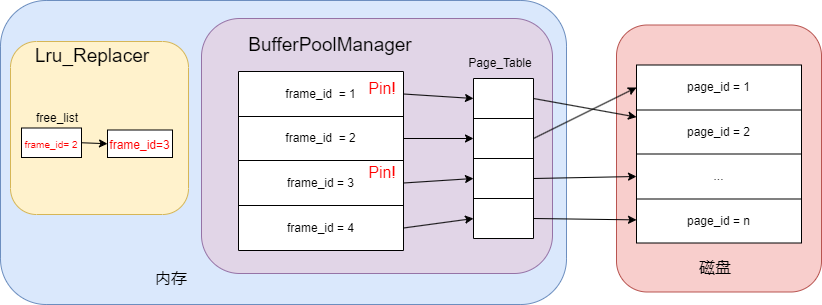
Before: CMU15445/buffer_pool_manager.png, a diagram exported from draw.io (SixPlusAndTimes/drawio). Source tidied: cells renumbered, new cells last; positions are measured from the earlier drawing's top-left corner, leaving out a move shared by most shapes. Source of this version:
```xml
<mxGraphModel>
  <root>
    <mxCell id="0" />
    <mxCell id="1" parent="0" />
    <mxCell id="2" style="rounded=1;whiteSpace=wrap;html=1;fillColor=#dae8fc;strokeColor=#6c8ebf;" parent="1" vertex="1">
      <mxGeometry width="566" height="304" as="geometry" />
    </mxCell>
    <mxCell id="3" style="rounded=1;whiteSpace=wrap;html=1;fontSize=16;fillColor=#fff2cc;strokeColor=#d6b656;" parent="1" vertex="1">
      <mxGeometry x="10" y="41" width="178" height="173" as="geometry" />
    </mxCell>
    <mxCell id="4" style="rounded=1;whiteSpace=wrap;html=1;fontSize=16;fillColor=#e1d5e7;strokeColor=#9673a6;" parent="1" vertex="1">
      <mxGeometry x="201" y="18" width="351" height="255" as="geometry" />
    </mxCell>
    <mxCell id="5" style="rounded=1;whiteSpace=wrap;html=1;fontSize=16;fillColor=#f8cecc;strokeColor=#b85450;" parent="1" vertex="1">
      <mxGeometry x="616" y="24.5" width="205" height="267" as="geometry" />
    </mxCell>
    <mxCell id="6" value="&lt;font style=&quot;font-size: 19px;&quot;&gt;BufferPoolManager&lt;/font&gt;" style="text;html=1;strokeColor=none;fillColor=none;align=center;verticalAlign=middle;whiteSpace=wrap;rounded=0;" parent="1" vertex="1">
      <mxGeometry x="300" y="30" width="60" height="30" as="geometry" />
    </mxCell>
    <mxCell id="7" value="&lt;font style=&quot;font-size: 16px;&quot;&gt;内存&lt;/font&gt;" style="text;html=1;strokeColor=none;fillColor=none;align=center;verticalAlign=middle;whiteSpace=wrap;rounded=0;" parent="1" vertex="1">
      <mxGeometry x="141" y="263" width="60" height="30" as="geometry" />
    </mxCell>
    <mxCell id="8" style="shape=table;startSize=0;" parent="1" vertex="1">
      <mxGeometry x="636" y="64.5" width="165" height="178" as="geometry" />
    </mxCell>
    <mxCell id="9" style="shape=tableRow;horizontal=0;startSize=0;swimlaneHead=0;swimlaneBody=0;top=0;left=0;bottom=0;right=0;fillColor=none;points=[[0,0.5],[1,0.5]];portConstraint=eastwest;" parent="8" vertex="1">
      <mxGeometry width="165" height="45" as="geometry" />
    </mxCell>
    <mxCell id="10" value="page_id = 1" style="shape=partialRectangle;html=1;whiteSpace=wrap;overflow=hidden;fillColor=none;top=0;left=0;bottom=0;right=0;" parent="9" vertex="1">
      <mxGeometry width="165" height="45" as="geometry" />
    </mxCell>
    <mxCell id="11" style="shape=tableRow;horizontal=0;startSize=0;swimlaneHead=0;swimlaneBody=0;top=0;left=0;bottom=0;right=0;fillColor=none;points=[[0,0.5],[1,0.5]];portConstraint=eastwest;" parent="8" vertex="1">
      <mxGeometry y="45" width="165" height="44" as="geometry" />
    </mxCell>
    <mxCell id="12" value="page_id = 2" style="shape=partialRectangle;html=1;whiteSpace=wrap;overflow=hidden;fillColor=none;top=0;left=0;bottom=0;right=0;" parent="11" vertex="1">
      <mxGeometry width="165" height="44" as="geometry" />
    </mxCell>
    <mxCell id="13" style="shape=tableRow;horizontal=0;startSize=0;swimlaneHead=0;swimlaneBody=0;top=0;left=0;bottom=0;right=0;fillColor=none;points=[[0,0.5],[1,0.5]];portConstraint=eastwest;" parent="8" vertex="1">
      <mxGeometry y="89" width="165" height="45" as="geometry" />
    </mxCell>
    <mxCell id="14" value="..." style="shape=partialRectangle;html=1;whiteSpace=wrap;overflow=hidden;fillColor=none;top=0;left=0;bottom=0;right=0;" parent="13" vertex="1">
      <mxGeometry width="165" height="45" as="geometry" />
    </mxCell>
    <mxCell id="15" style="shape=tableRow;horizontal=0;startSize=0;swimlaneHead=0;swimlaneBody=0;top=0;left=0;bottom=0;right=0;fillColor=none;points=[[0,0.5],[1,0.5]];portConstraint=eastwest;" parent="8" vertex="1">
      <mxGeometry y="134" width="165" height="44" as="geometry" />
    </mxCell>
    <mxCell id="16" value="page_id = n" style="shape=partialRectangle;html=1;whiteSpace=wrap;overflow=hidden;fillColor=none;top=0;left=0;bottom=0;right=0;" parent="15" vertex="1">
      <mxGeometry width="165" height="44" as="geometry" />
    </mxCell>
    <mxCell id="17" value="&lt;font style=&quot;font-size: 16px;&quot;&gt;磁盘&lt;/font&gt;" style="text;html=1;strokeColor=none;fillColor=none;align=center;verticalAlign=middle;whiteSpace=wrap;rounded=0;" parent="1" vertex="1">
      <mxGeometry x="685" y="251.5" width="60" height="30" as="geometry" />
    </mxCell>
    <mxCell id="18" style="shape=table;startSize=0;" parent="1" vertex="1">
      <mxGeometry x="238" y="71" width="165" height="179" as="geometry" />
    </mxCell>
    <mxCell id="19" style="shape=tableRow;horizontal=0;startSize=0;swimlaneHead=0;swimlaneBody=0;top=0;left=0;bottom=0;right=0;fillColor=none;points=[[0,0.5],[1,0.5]];portConstraint=eastwest;" parent="18" vertex="1">
      <mxGeometry width="165" height="45" as="geometry" />
    </mxCell>
    <mxCell id="20" value="frame_id&amp;nbsp; = 1" style="shape=partialRectangle;html=1;whiteSpace=wrap;overflow=hidden;fillColor=none;top=0;left=0;bottom=0;right=0;" parent="19" vertex="1">
      <mxGeometry width="165" height="45" as="geometry" />
    </mxCell>
    <mxCell id="21" style="shape=tableRow;horizontal=0;startSize=0;swimlaneHead=0;swimlaneBody=0;top=0;left=0;bottom=0;right=0;fillColor=none;points=[[0,0.5],[1,0.5]];portConstraint=eastwest;" parent="18" vertex="1">
      <mxGeometry y="45" width="165" height="44" as="geometry" />
    </mxCell>
    <mxCell id="22" value="frame_id&amp;nbsp; = 2" style="shape=partialRectangle;html=1;whiteSpace=wrap;overflow=hidden;fillColor=none;top=0;left=0;bottom=0;right=0;" parent="21" vertex="1">
      <mxGeometry width="165" height="44" as="geometry" />
    </mxCell>
    <mxCell id="23" style="shape=tableRow;horizontal=0;startSize=0;swimlaneHead=0;swimlaneBody=0;top=0;left=0;bottom=0;right=0;fillColor=none;points=[[0,0.5],[1,0.5]];portConstraint=eastwest;" parent="18" vertex="1">
      <mxGeometry y="89" width="165" height="45" as="geometry" />
    </mxCell>
    <mxCell id="24" value="frame_id = 3" style="shape=partialRectangle;html=1;whiteSpace=wrap;overflow=hidden;fillColor=none;top=0;left=0;bottom=0;right=0;" parent="23" vertex="1">
      <mxGeometry width="165" height="45" as="geometry" />
    </mxCell>
    <mxCell id="25" style="shape=tableRow;horizontal=0;startSize=0;swimlaneHead=0;swimlaneBody=0;top=0;left=0;bottom=0;right=0;fillColor=none;points=[[0,0.5],[1,0.5]];portConstraint=eastwest;" parent="18" vertex="1">
      <mxGeometry y="134" width="165" height="45" as="geometry" />
    </mxCell>
    <mxCell id="26" value="frame_id = 4" style="shape=partialRectangle;html=1;whiteSpace=wrap;overflow=hidden;fillColor=none;top=0;left=0;bottom=0;right=0;" parent="25" vertex="1">
      <mxGeometry width="165" height="45" as="geometry" />
    </mxCell>
    <mxCell id="27" style="shape=table;startSize=0;" parent="1" vertex="1">
      <mxGeometry x="473" y="78" width="60" height="160" as="geometry" />
    </mxCell>
    <mxCell id="28" style="shape=tableRow;horizontal=0;startSize=0;swimlaneHead=0;swimlaneBody=0;top=0;left=0;bottom=0;right=0;fillColor=none;points=[[0,0.5],[1,0.5]];portConstraint=eastwest;" parent="27" vertex="1">
      <mxGeometry width="60" height="40" as="geometry" />
    </mxCell>
    <mxCell id="29" style="shape=partialRectangle;html=1;whiteSpace=wrap;overflow=hidden;fillColor=none;top=0;left=0;bottom=0;right=0;" parent="28" vertex="1">
      <mxGeometry width="60" height="40" as="geometry" />
    </mxCell>
    <mxCell id="30" style="shape=tableRow;horizontal=0;startSize=0;swimlaneHead=0;swimlaneBody=0;top=0;left=0;bottom=0;right=0;fillColor=none;points=[[0,0.5],[1,0.5]];portConstraint=eastwest;" parent="27" vertex="1">
      <mxGeometry y="40" width="60" height="40" as="geometry" />
    </mxCell>
    <mxCell id="31" style="shape=partialRectangle;html=1;whiteSpace=wrap;overflow=hidden;fillColor=none;top=0;left=0;bottom=0;right=0;" parent="30" vertex="1">
      <mxGeometry width="60" height="40" as="geometry" />
    </mxCell>
    <mxCell id="32" style="shape=tableRow;horizontal=0;startSize=0;swimlaneHead=0;swimlaneBody=0;top=0;left=0;bottom=0;right=0;fillColor=none;points=[[0,0.5],[1,0.5]];portConstraint=eastwest;" parent="27" vertex="1">
      <mxGeometry y="80" width="60" height="40" as="geometry" />
    </mxCell>
    <mxCell id="33" style="shape=partialRectangle;html=1;whiteSpace=wrap;overflow=hidden;fillColor=none;top=0;left=0;bottom=0;right=0;" parent="32" vertex="1">
      <mxGeometry width="60" height="40" as="geometry" />
    </mxCell>
    <mxCell id="34" style="shape=tableRow;horizontal=0;startSize=0;swimlaneHead=0;swimlaneBody=0;top=0;left=0;bottom=0;right=0;fillColor=none;points=[[0,0.5],[1,0.5]];portConstraint=eastwest;" parent="27" vertex="1">
      <mxGeometry y="120" width="60" height="40" as="geometry" />
    </mxCell>
    <mxCell id="35" style="shape=partialRectangle;html=1;whiteSpace=wrap;overflow=hidden;fillColor=none;top=0;left=0;bottom=0;right=0;" parent="34" vertex="1">
      <mxGeometry width="60" height="40" as="geometry" />
    </mxCell>
    <mxCell id="36" value="&lt;font style=&quot;font-size: 12px;&quot;&gt;Page_Table&lt;/font&gt;" style="text;html=1;strokeColor=none;fillColor=none;align=center;verticalAlign=middle;whiteSpace=wrap;rounded=0;fontSize=19;" parent="1" vertex="1">
      <mxGeometry x="470" y="46" width="60" height="30" as="geometry" />
    </mxCell>
    <mxCell id="37" style="rounded=0;jettySize=auto;html=1;exitX=1;exitY=0.5;exitDx=0;exitDy=0;entryX=0;entryY=0.5;entryDx=0;entryDy=0;fontSize=16;" parent="1" edge="1" source="19" target="28">
      <mxGeometry relative="1" as="geometry" />
    </mxCell>
    <mxCell id="38" style="edgeStyle=none;rounded=0;jettySize=auto;html=1;exitX=1;exitY=0.5;exitDx=0;exitDy=0;fontSize=16;" parent="1" edge="1" source="28" target="11">
      <mxGeometry relative="1" as="geometry" />
    </mxCell>
    <mxCell id="39" style="edgeStyle=none;rounded=0;jettySize=auto;html=1;exitX=1;exitY=0.5;exitDx=0;exitDy=0;fontSize=16;" parent="1" edge="1" source="21" target="30">
      <mxGeometry relative="1" as="geometry" />
    </mxCell>
    <mxCell id="40" style="edgeStyle=none;rounded=0;jettySize=auto;html=1;exitX=1;exitY=0.5;exitDx=0;exitDy=0;entryX=0;entryY=0.5;entryDx=0;entryDy=0;fontSize=16;" parent="1" edge="1" source="30" target="9">
      <mxGeometry relative="1" as="geometry" />
    </mxCell>
    <mxCell id="41" style="edgeStyle=none;rounded=0;jettySize=auto;html=1;exitX=1;exitY=0.5;exitDx=0;exitDy=0;entryX=0;entryY=0.5;entryDx=0;entryDy=0;fontSize=16;" parent="1" edge="1" source="23" target="32">
      <mxGeometry relative="1" as="geometry" />
    </mxCell>
    <mxCell id="42" style="edgeStyle=none;rounded=0;jettySize=auto;html=1;exitX=1;exitY=0.5;exitDx=0;exitDy=0;entryX=0;entryY=0.5;entryDx=0;entryDy=0;fontSize=16;" parent="1" edge="1" source="32" target="13">
      <mxGeometry relative="1" as="geometry" />
    </mxCell>
    <mxCell id="43" value="&lt;font color=&quot;#ff0000&quot;&gt;Pin!&lt;/font&gt;" style="text;html=1;strokeColor=none;fillColor=none;align=center;verticalAlign=middle;whiteSpace=wrap;rounded=0;fontSize=16;" parent="1" vertex="1">
      <mxGeometry x="352" y="73" width="60" height="30" as="geometry" />
    </mxCell>
    <mxCell id="44" value="&lt;font style=&quot;font-size: 19px;&quot;&gt;Lru_Replacer&lt;/font&gt;" style="text;html=1;strokeColor=none;fillColor=none;align=center;verticalAlign=middle;whiteSpace=wrap;rounded=0;" parent="1" vertex="1">
      <mxGeometry x="62" y="41" width="60" height="30" as="geometry" />
    </mxCell>
    <mxCell id="45" style="edgeStyle=none;rounded=0;jettySize=auto;html=1;exitX=1;exitY=0.5;exitDx=0;exitDy=0;entryX=0;entryY=0.5;entryDx=0;entryDy=0;fontSize=12;fontColor=#FF0000;" parent="1" edge="1" source="46" target="47">
      <mxGeometry relative="1" as="geometry" />
    </mxCell>
    <mxCell id="46" value="&lt;font style=&quot;font-size: 10px;&quot;&gt;frame_id= 2&lt;/font&gt;" style="rounded=0;whiteSpace=wrap;html=1;fontSize=16;fontColor=#FF0000;" parent="1" vertex="1">
      <mxGeometry x="21" y="127.5" width="60" height="29.5" as="geometry" />
    </mxCell>
    <mxCell id="47" value="&lt;span style=&quot;font-size: 12px;&quot;&gt;frame_id=3&lt;/span&gt;" style="rounded=0;whiteSpace=wrap;html=1;fontSize=16;fontColor=#FF0000;" parent="1" vertex="1">
      <mxGeometry x="107" y="129.5" width="65" height="27.5" as="geometry" />
    </mxCell>
    <mxCell id="48" value="&lt;font style=&quot;font-size: 12px;&quot;&gt;free_list&lt;/font&gt;" style="text;html=1;strokeColor=none;fillColor=none;align=center;verticalAlign=middle;whiteSpace=wrap;rounded=0;" parent="1" vertex="1">
      <mxGeometry x="27" y="103" width="60" height="30" as="geometry" />
    </mxCell>
    <mxCell id="49" value="&lt;font color=&quot;#ff0000&quot;&gt;Pin!&lt;/font&gt;" style="text;html=1;strokeColor=none;fillColor=none;align=center;verticalAlign=middle;whiteSpace=wrap;rounded=0;fontSize=16;" parent="1" vertex="1">
      <mxGeometry x="352" y="157" width="60" height="30" as="geometry" />
    </mxCell>
    <mxCell id="50" style="edgeStyle=none;rounded=0;jettySize=auto;html=1;exitX=1;exitY=0.5;exitDx=0;exitDy=0;fontSize=10;fontColor=#FF0000;entryX=0;entryY=0.5;entryDx=0;entryDy=0;" parent="1" edge="1" source="25" target="34">
      <mxGeometry relative="1" as="geometry" />
    </mxCell>
    <mxCell id="51" style="edgeStyle=none;rounded=0;jettySize=auto;html=1;exitX=1;exitY=0.5;exitDx=0;exitDy=0;fontSize=10;fontColor=#FF0000;" parent="1" edge="1" source="34" target="15">
      <mxGeometry relative="1" as="geometry" />
    </mxCell>
  </root>
</mxGraphModel>
```
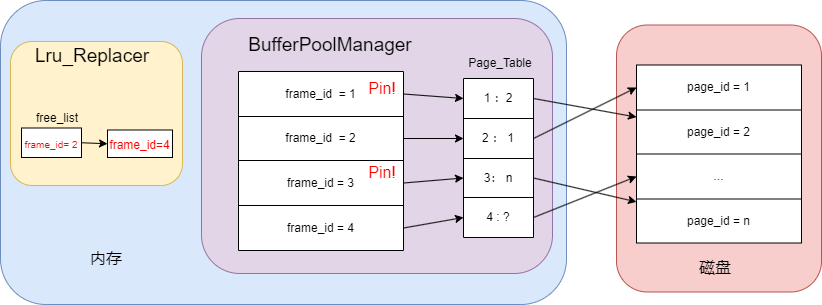
The same diagram one commit later.

Diff of the diagram source:
```diff
@@ -6,7 +6,7 @@
       <mxGeometry width="566" height="304" as="geometry" />
     </mxCell>
     <mxCell id="3" style="rounded=1;whiteSpace=wrap;html=1;fontSize=16;fillColor=#fff2cc;strokeColor=#d6b656;" parent="1" vertex="1">
-      <mxGeometry x="10" y="41" width="178" height="173" as="geometry" />
+      <mxGeometry x="10" y="41" width="172" height="144" as="geometry" />
     </mxCell>
     <mxCell id="4" style="rounded=1;whiteSpace=wrap;html=1;fontSize=16;fillColor=#e1d5e7;strokeColor=#9673a6;" parent="1" vertex="1">
       <mxGeometry x="201" y="18" width="351" height="255" as="geometry" />
@@ -18,7 +18,7 @@
       <mxGeometry x="300" y="30" width="60" height="30" as="geometry" />
     </mxCell>
     <mxCell id="7" value="&lt;font style=&quot;font-size: 16px;&quot;&gt;内存&lt;/font&gt;" style="text;html=1;strokeColor=none;fillColor=none;align=center;verticalAlign=middle;whiteSpace=wrap;rounded=0;" parent="1" vertex="1">
-      <mxGeometry x="141" y="263" width="60" height="30" as="geometry" />
+      <mxGeometry x="76" y="243" width="60" height="30" as="geometry" />
     </mxCell>
     <mxCell id="8" style="shape=table;startSize=0;" parent="1" vertex="1">
       <mxGeometry x="636" y="64.5" width="165" height="178" as="geometry" />
@@ -78,31 +78,31 @@
       <mxGeometry width="165" height="45" as="geometry" />
     </mxCell>
     <mxCell id="27" style="shape=table;startSize=0;" parent="1" vertex="1">
-      <mxGeometry x="473" y="78" width="60" height="160" as="geometry" />
+      <mxGeometry x="463" y="78" width="70" height="159" as="geometry" />
     </mxCell>
     <mxCell id="28" style="shape=tableRow;horizontal=0;startSize=0;swimlaneHead=0;swimlaneBody=0;top=0;left=0;bottom=0;right=0;fillColor=none;points=[[0,0.5],[1,0.5]];portConstraint=eastwest;" parent="27" vertex="1">
-      <mxGeometry width="60" height="40" as="geometry" />
+      <mxGeometry width="70" height="40" as="geometry" />
     </mxCell>
-    <mxCell id="29" style="shape=partialRectangle;html=1;whiteSpace=wrap;overflow=hidden;fillColor=none;top=0;left=0;bottom=0;right=0;" parent="28" vertex="1">
-      <mxGeometry width="60" height="40" as="geometry" />
+    <mxCell id="29" value="1 ：2" style="shape=partialRectangle;html=1;whiteSpace=wrap;overflow=hidden;fillColor=none;top=0;left=0;bottom=0;right=0;" parent="28" vertex="1">
+      <mxGeometry width="70" height="40" as="geometry" />
     </mxCell>
     <mxCell id="30" style="shape=tableRow;horizontal=0;startSize=0;swimlaneHead=0;swimlaneBody=0;top=0;left=0;bottom=0;right=0;fillColor=none;points=[[0,0.5],[1,0.5]];portConstraint=eastwest;" parent="27" vertex="1">
-      <mxGeometry y="40" width="60" height="40" as="geometry" />
+      <mxGeometry y="40" width="70" height="40" as="geometry" />
     </mxCell>
-    <mxCell id="31" style="shape=partialRectangle;html=1;whiteSpace=wrap;overflow=hidden;fillColor=none;top=0;left=0;bottom=0;right=0;" parent="30" vertex="1">
-      <mxGeometry width="60" height="40" as="geometry" />
+    <mxCell id="31" value="2 ： 1" style="shape=partialRectangle;html=1;whiteSpace=wrap;overflow=hidden;fillColor=none;top=0;left=0;bottom=0;right=0;" parent="30" vertex="1">
+      <mxGeometry width="70" height="40" as="geometry" />
     </mxCell>
     <mxCell id="32" style="shape=tableRow;horizontal=0;startSize=0;swimlaneHead=0;swimlaneBody=0;top=0;left=0;bottom=0;right=0;fillColor=none;points=[[0,0.5],[1,0.5]];portConstraint=eastwest;" parent="27" vertex="1">
-      <mxGeometry y="80" width="60" height="40" as="geometry" />
+      <mxGeometry y="80" width="70" height="39" as="geometry" />
     </mxCell>
-    <mxCell id="33" style="shape=partialRectangle;html=1;whiteSpace=wrap;overflow=hidden;fillColor=none;top=0;left=0;bottom=0;right=0;" parent="32" vertex="1">
-      <mxGeometry width="60" height="40" as="geometry" />
+    <mxCell id="33" value="3： n" style="shape=partialRectangle;html=1;whiteSpace=wrap;overflow=hidden;fillColor=none;top=0;left=0;bottom=0;right=0;" parent="32" vertex="1">
+      <mxGeometry width="70" height="39" as="geometry" />
     </mxCell>
     <mxCell id="34" style="shape=tableRow;horizontal=0;startSize=0;swimlaneHead=0;swimlaneBody=0;top=0;left=0;bottom=0;right=0;fillColor=none;points=[[0,0.5],[1,0.5]];portConstraint=eastwest;" parent="27" vertex="1">
-      <mxGeometry y="120" width="60" height="40" as="geometry" />
+      <mxGeometry y="119" width="70" height="40" as="geometry" />
     </mxCell>
-    <mxCell id="35" style="shape=partialRectangle;html=1;whiteSpace=wrap;overflow=hidden;fillColor=none;top=0;left=0;bottom=0;right=0;" parent="34" vertex="1">
-      <mxGeometry width="60" height="40" as="geometry" />
+    <mxCell id="35" value="4 : ?" style="shape=partialRectangle;html=1;whiteSpace=wrap;overflow=hidden;fillColor=none;top=0;left=0;bottom=0;right=0;" parent="34" vertex="1">
+      <mxGeometry width="70" height="40" as="geometry" />
     </mxCell>
     <mxCell id="36" value="&lt;font style=&quot;font-size: 12px;&quot;&gt;Page_Table&lt;/font&gt;" style="text;html=1;strokeColor=none;fillColor=none;align=center;verticalAlign=middle;whiteSpace=wrap;rounded=0;fontSize=19;" parent="1" vertex="1">
       <mxGeometry x="470" y="46" width="60" height="30" as="geometry" />
@@ -122,7 +122,7 @@
     <mxCell id="41" style="edgeStyle=none;rounded=0;jettySize=auto;html=1;exitX=1;exitY=0.5;exitDx=0;exitDy=0;entryX=0;entryY=0.5;entryDx=0;entryDy=0;fontSize=16;" parent="1" edge="1" source="23" target="32">
       <mxGeometry relative="1" as="geometry" />
     </mxCell>
-    <mxCell id="42" style="edgeStyle=none;rounded=0;jettySize=auto;html=1;exitX=1;exitY=0.5;exitDx=0;exitDy=0;entryX=0;entryY=0.5;entryDx=0;entryDy=0;fontSize=16;" parent="1" edge="1" source="32" target="13">
+    <mxCell id="42" style="edgeStyle=none;rounded=0;jettySize=auto;html=1;exitX=1;exitY=0.5;exitDx=0;exitDy=0;fontSize=16;" parent="1" edge="1" source="32" target="15">
       <mxGeometry relative="1" as="geometry" />
     </mxCell>
     <mxCell id="43" value="&lt;font color=&quot;#ff0000&quot;&gt;Pin!&lt;/font&gt;" style="text;html=1;strokeColor=none;fillColor=none;align=center;verticalAlign=middle;whiteSpace=wrap;rounded=0;fontSize=16;" parent="1" vertex="1">
@@ -137,7 +137,7 @@
     <mxCell id="46" value="&lt;font style=&quot;font-size: 10px;&quot;&gt;frame_id= 2&lt;/font&gt;" style="rounded=0;whiteSpace=wrap;html=1;fontSize=16;fontColor=#FF0000;" parent="1" vertex="1">
       <mxGeometry x="21" y="127.5" width="60" height="29.5" as="geometry" />
     </mxCell>
-    <mxCell id="47" value="&lt;span style=&quot;font-size: 12px;&quot;&gt;frame_id=3&lt;/span&gt;" style="rounded=0;whiteSpace=wrap;html=1;fontSize=16;fontColor=#FF0000;" parent="1" vertex="1">
+    <mxCell id="47" value="&lt;span style=&quot;font-size: 12px;&quot;&gt;frame_id=4&lt;/span&gt;" style="rounded=0;whiteSpace=wrap;html=1;fontSize=16;fontColor=#FF0000;" parent="1" vertex="1">
       <mxGeometry x="107" y="129.5" width="65" height="27.5" as="geometry" />
     </mxCell>
     <mxCell id="48" value="&lt;font style=&quot;font-size: 12px;&quot;&gt;free_list&lt;/font&gt;" style="text;html=1;strokeColor=none;fillColor=none;align=center;verticalAlign=middle;whiteSpace=wrap;rounded=0;" parent="1" vertex="1">
@@ -149,7 +149,7 @@
     <mxCell id="50" style="edgeStyle=none;rounded=0;jettySize=auto;html=1;exitX=1;exitY=0.5;exitDx=0;exitDy=0;fontSize=10;fontColor=#FF0000;entryX=0;entryY=0.5;entryDx=0;entryDy=0;" parent="1" edge="1" source="25" target="34">
       <mxGeometry relative="1" as="geometry" />
     </mxCell>
-    <mxCell id="51" style="edgeStyle=none;rounded=0;jettySize=auto;html=1;exitX=1;exitY=0.5;exitDx=0;exitDy=0;fontSize=10;fontColor=#FF0000;" parent="1" edge="1" source="34" target="15">
+    <mxCell id="51" style="edgeStyle=none;rounded=0;jettySize=auto;html=1;exitX=1;exitY=0.5;exitDx=0;exitDy=0;fontSize=10;fontColor=#FF0000;entryX=0;entryY=0.5;entryDx=0;entryDy=0;" parent="1" edge="1" source="34" target="13">
       <mxGeometry relative="1" as="geometry" />
     </mxCell>
   </root>
```
